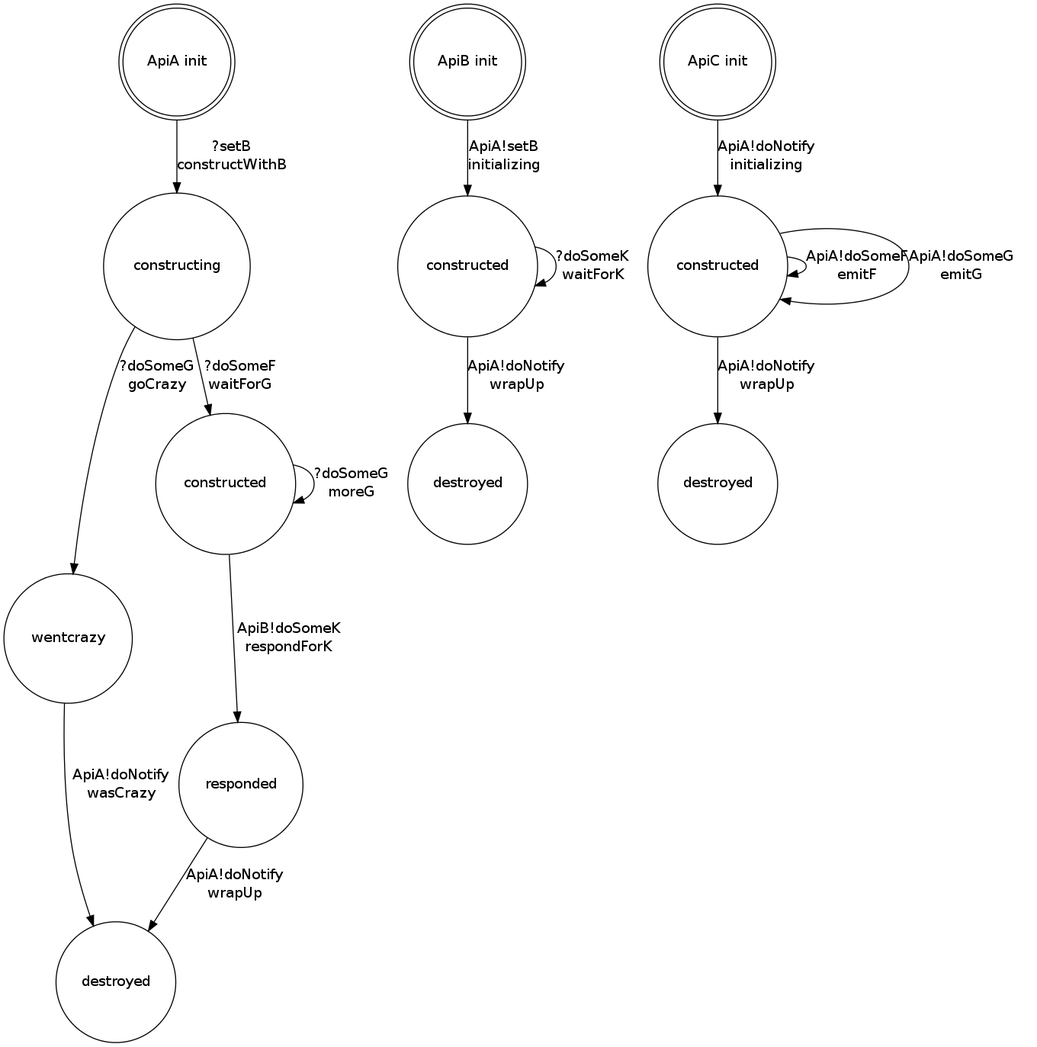
This is example.if.dot.png from rfielding/iface, a Graphviz export, as it was before one commit. Its source is kept beside it as example.if.dot.
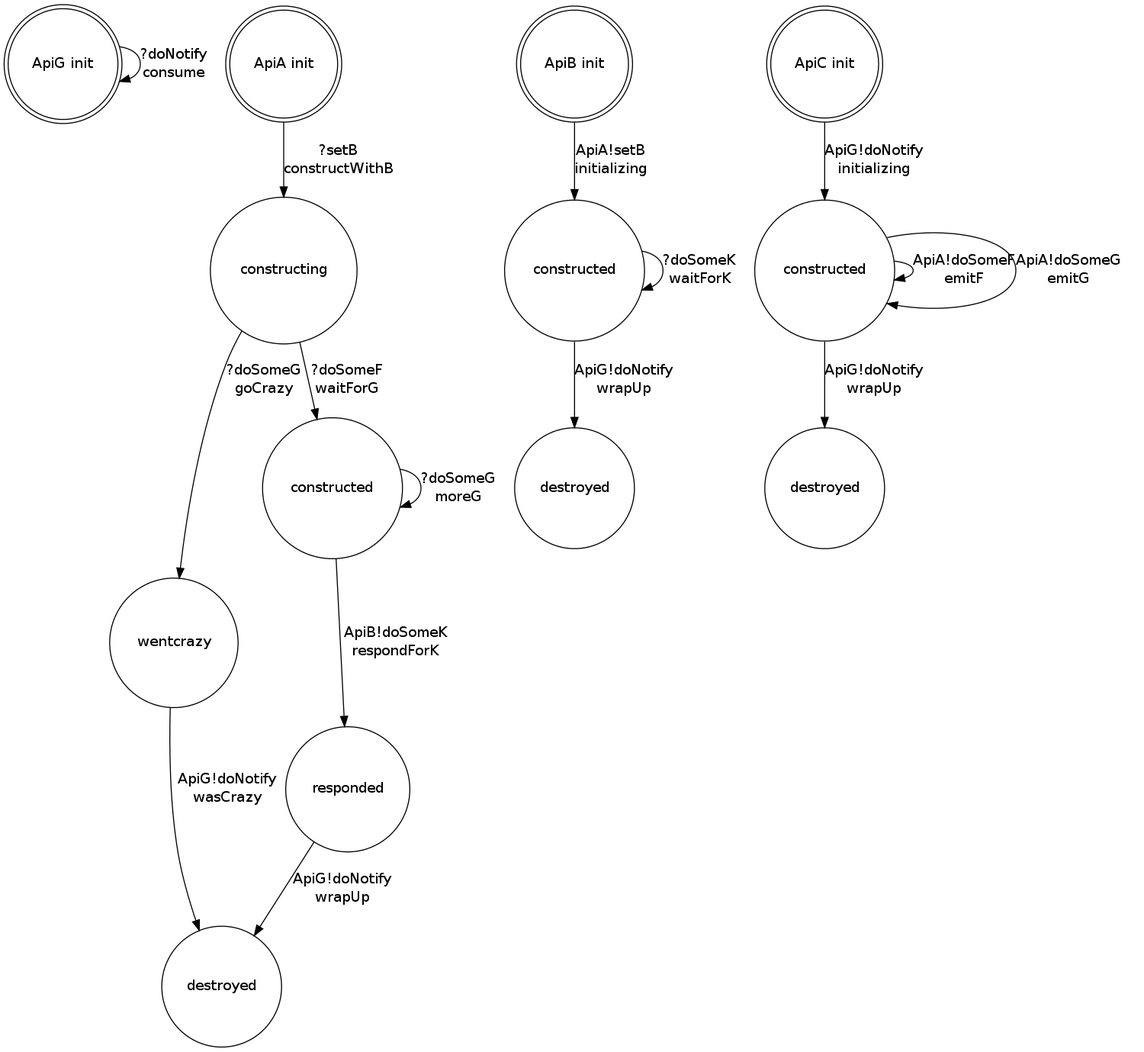
The same file after the commit.

Commit message:
start adding in sequence diagram states

Diff of the diagram source:
```diff
@@ -1,4 +1,5 @@
 digraph {
+    ApiG_init [shape="doublecircle" label="ApiG init"]
     ApiA_constructing [shape="circle" label="constructing"]
     ApiA_destroyed [shape="circle" label="destroyed"]
     ApiA_init [shape="doublecircle" label="ApiA init"]
@@ -11,18 +12,19 @@
     ApiC_destroyed [shape="circle" label="destroyed"]
     ApiC_init [shape="doublecircle" label="ApiC init"]
     ApiC_constructed [shape="circle" label="constructed"]
+    ApiG_init -> ApiG_init [label="?doNotify\nconsume"]
     ApiA_init -> ApiA_constructing [label="?setB\nconstructWithB"]
     ApiA_constructing -> ApiA_constructed [label="?doSomeF\nwaitForG"]
     ApiA_constructing -> ApiA_wentcrazy [label="?doSomeG\ngoCrazy"]
-    ApiA_wentcrazy -> ApiA_destroyed [label="ApiA!doNotify\nwasCrazy"]
+    ApiA_wentcrazy -> ApiA_destroyed [label="ApiG!doNotify\nwasCrazy"]
     ApiA_constructed -> ApiA_constructed [label="?doSomeG\nmoreG"]
     ApiA_constructed -> ApiA_responded [label="ApiB!doSomeK\nrespondForK"]
-    ApiA_responded -> ApiA_destroyed [label="ApiA!doNotify\nwrapUp"]
+    ApiA_responded -> ApiA_destroyed [label="ApiG!doNotify\nwrapUp"]
     ApiB_init -> ApiB_constructed [label="ApiA!setB\ninitializing"]
     ApiB_constructed -> ApiB_constructed [label="?doSomeK\nwaitForK"]
-    ApiB_constructed -> ApiB_destroyed [label="ApiA!doNotify\nwrapUp"]
-    ApiC_init -> ApiC_constructed [label="ApiA!doNotify\ninitializing"]
+    ApiB_constructed -> ApiB_destroyed [label="ApiG!doNotify\nwrapUp"]
+    ApiC_init -> ApiC_constructed [label="ApiG!doNotify\ninitializing"]
     ApiC_constructed -> ApiC_constructed [label="ApiA!doSomeF\nemitF"]
     ApiC_constructed -> ApiC_constructed [label="ApiA!doSomeG\nemitG"]
-    ApiC_constructed -> ApiC_destroyed [label="ApiA!doNotify\nwrapUp"]
+    ApiC_constructed -> ApiC_destroyed [label="ApiG!doNotify\nwrapUp"]
 }
```
